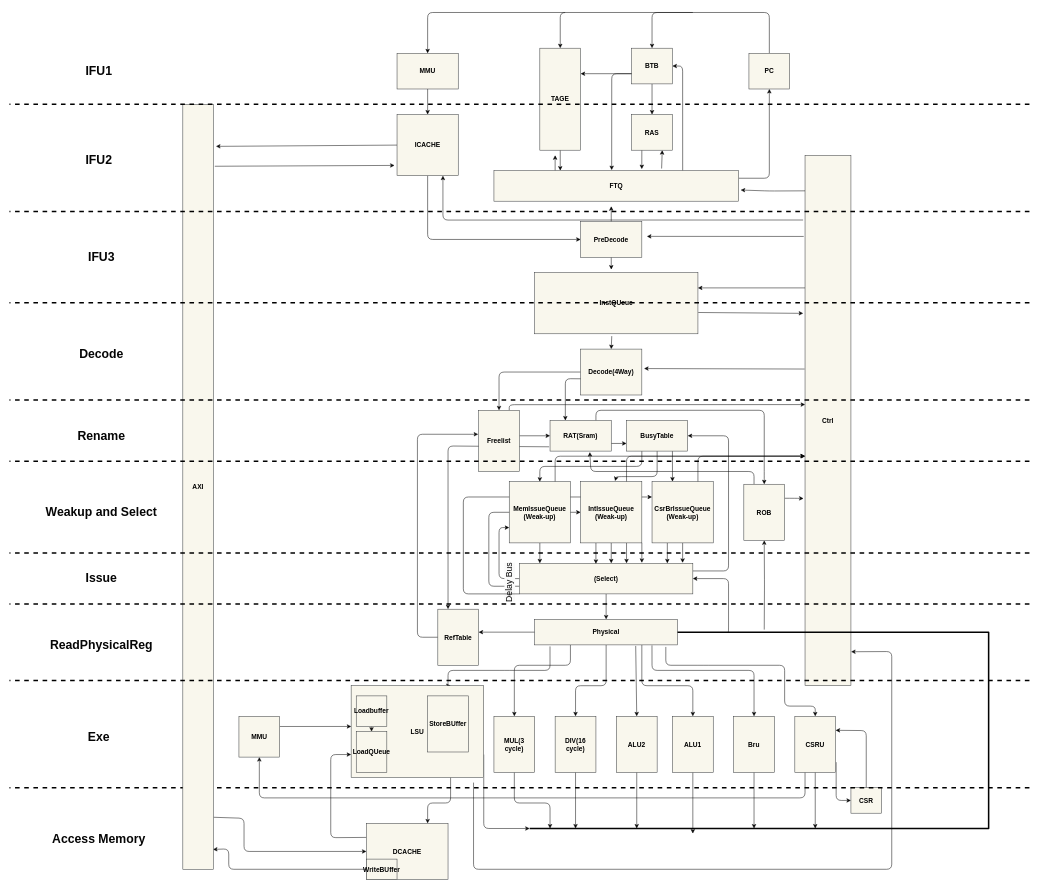
Above: doc/picture/Arch.dio in xunqianxun/LongArch-liguoqi-CPU (draw.io), before the change. Source tidied: cells renumbered, new cells numbered last; positions are measured from the earlier drawing's top-left corner, leaving out a move shared by most shapes. Both pictures are drawn from the tidied source at 51%, with x=0, y=0 at pixel (9, 12).
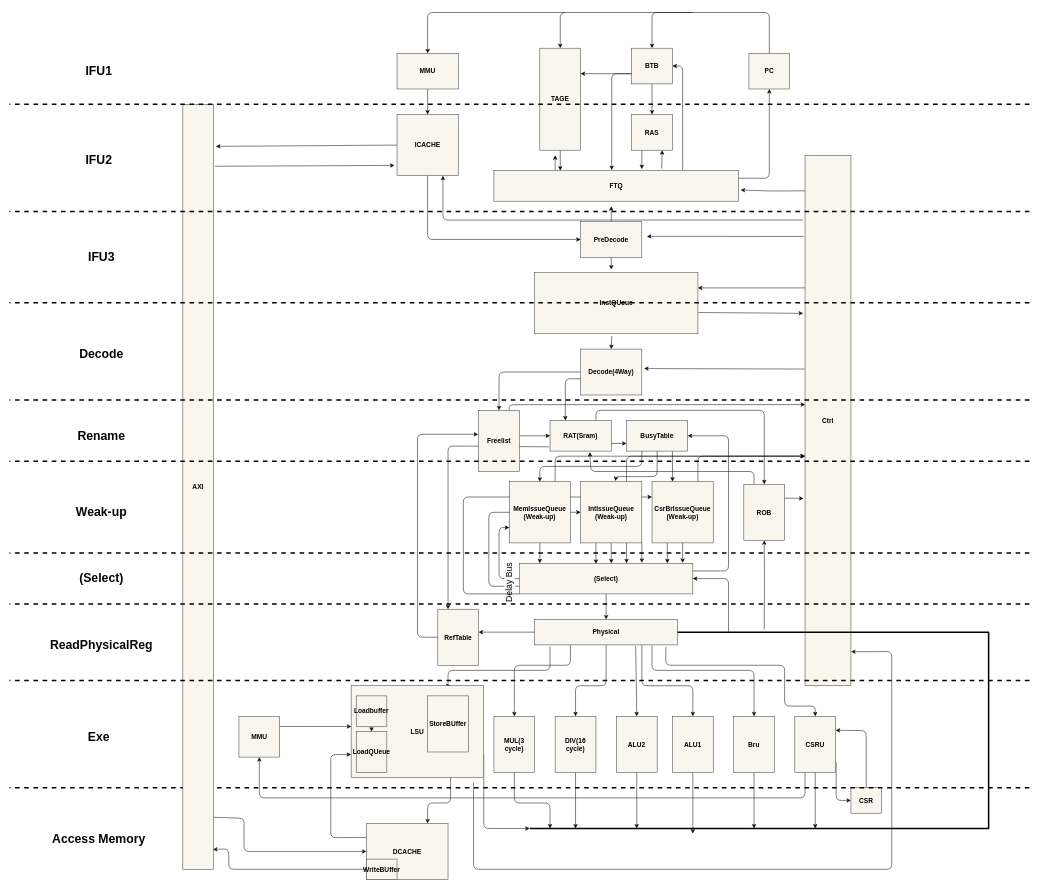
Above is the later version.

The edit, as a diff of the source:
```diff
@@
-    <mxCell id="134" value="&lt;span style=&quot;font-size: 24px;&quot;&gt;&lt;b&gt;Issue&lt;/b&gt;&lt;/span&gt;" style="text;html=1;align=center;verticalAlign=middle;strokeColor=none;fillColor=none;fontSize=17;fontColor=#050505;strokeWidth=0;" parent="1" vertex="1">
-      <mxGeometry x="140" y="1090" width="80" height="40" as="geometry" />
+    <mxCell id="134" value="&lt;span style=&quot;font-size: 24px;&quot;&gt;&lt;b&gt;(Select)&lt;/b&gt;&lt;/span&gt;" style="text;html=1;align=center;verticalAlign=middle;strokeColor=none;fillColor=none;fontSize=17;fontColor=#050505;strokeWidth=0;" parent="1" vertex="1">
+      <mxGeometry x="125" y="1090" width="110" height="40" as="geometry" />
     </mxCell>
-    <mxCell id="135" value="&lt;span style=&quot;font-size: 24px;&quot;&gt;&lt;b&gt;Weakup and Select&lt;/b&gt;&lt;/span&gt;" style="text;html=1;align=center;verticalAlign=middle;strokeColor=none;fillColor=none;fontSize=17;fontColor=#050505;strokeWidth=0;" parent="1" vertex="1">
-      <mxGeometry x="60" y="960" width="240" height="40" as="geometry" />
+    <mxCell id="135" value="&lt;span style=&quot;font-size: 24px;&quot;&gt;&lt;b&gt;Weak-up&lt;/b&gt;&lt;/span&gt;" style="text;html=1;align=center;verticalAlign=middle;strokeColor=none;fillColor=none;fontSize=17;fontColor=#050505;strokeWidth=0;" parent="1" vertex="1">
+      <mxGeometry x="120" y="960" width="120" height="40" as="geometry" />
     </mxCell>
```
